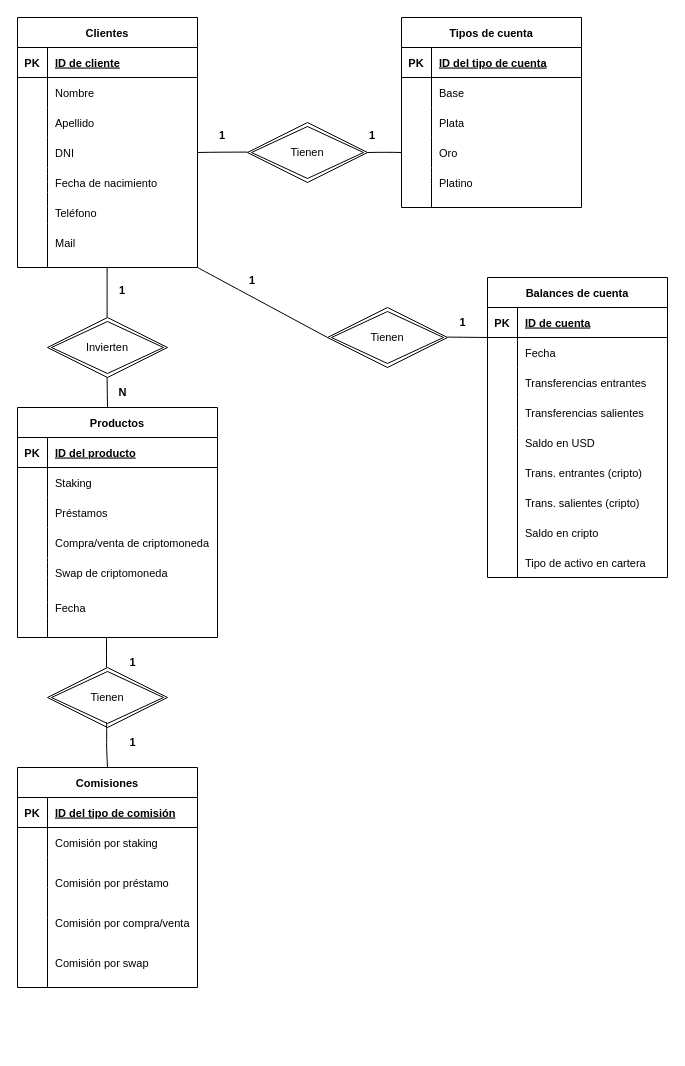
Before: Hendel Sarmientoperez DER(2).drawio in chendel00/Curso-SQL-Coder, a draw.io diagram. Source tidied: cells renumbered, new cells numbered last; positions are measured from the earlier drawing's top-left corner, leaving out a move shared by most shapes. Both pictures are drawn from the tidied source at 100%, with x=0, y=0 at pixel (17, 17).
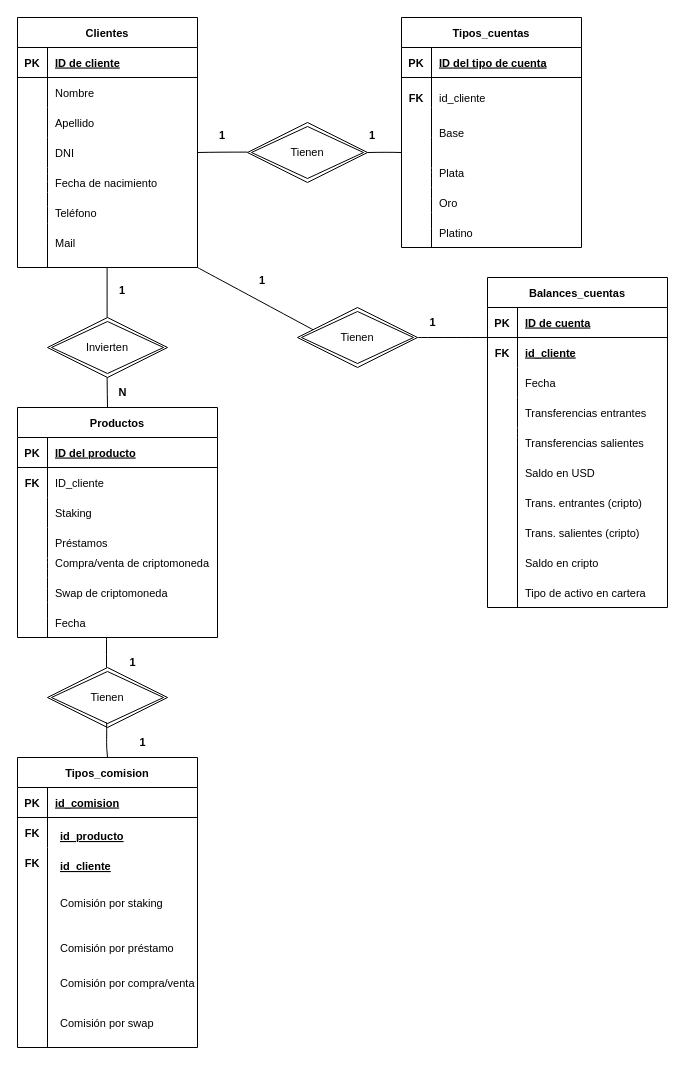
The same page after the edit.

Unchanged cells that the change refers to:
```xml
<mxCell id="27" style="shape=tableRow;horizontal=0;startSize=0;swimlaneHead=0;swimlaneBody=0;fillColor=none;top=0;left=0;right=0;bottom=0;fontSize=11;" parent="23" vertex="1">
  <mxGeometry y="60" width="180" height="30" as="geometry" />
</mxCell>
<mxCell id="30" style="shape=tableRow;horizontal=0;startSize=0;swimlaneHead=0;swimlaneBody=0;fillColor=none;top=0;left=0;right=0;bottom=0;fontSize=11;" parent="23" vertex="1">
  <mxGeometry y="90" width="180" height="30" as="geometry" />
</mxCell>
<mxCell id="33" style="shape=tableRow;horizontal=0;startSize=0;swimlaneHead=0;swimlaneBody=0;fillColor=none;top=0;left=0;right=0;bottom=0;fontSize=11;" parent="23" vertex="1">
  <mxGeometry y="120" width="180" height="30" as="geometry" />
</mxCell>
<mxCell id="45" style="shape=tableRow;horizontal=0;startSize=0;swimlaneHead=0;swimlaneBody=0;fillColor=none;top=0;left=0;right=0;bottom=0;fontSize=11;" parent="41" vertex="1">
  <mxGeometry y="60" width="200" height="30" as="geometry" />
</mxCell>
<mxCell id="48" style="shape=tableRow;horizontal=0;startSize=0;swimlaneHead=0;swimlaneBody=0;fillColor=none;top=0;left=0;right=0;bottom=0;fontSize=11;" parent="41" vertex="1">
  <mxGeometry y="90" width="200" height="30" as="geometry" />
</mxCell>
<mxCell id="51" style="shape=tableRow;horizontal=0;startSize=0;swimlaneHead=0;swimlaneBody=0;fillColor=none;top=0;left=0;right=0;bottom=0;fontSize=11;" parent="41" vertex="1">
  <mxGeometry y="120" width="200" height="30" as="geometry" />
</mxCell>
<mxCell id="63" style="shape=tableRow;horizontal=0;startSize=0;swimlaneHead=0;swimlaneBody=0;fillColor=none;top=0;left=0;right=0;bottom=1;fontSize=11;" parent="62" vertex="1">
  <mxGeometry y="30" width="180" height="30" as="geometry" />
</mxCell>
<mxCell id="85" style="shape=tableRow;horizontal=0;startSize=0;swimlaneHead=0;swimlaneBody=0;fillColor=none;top=0;left=0;right=0;bottom=0;fontSize=11;" parent="81" vertex="1">
  <mxGeometry y="60" width="180" height="30" as="geometry" />
</mxCell>
<mxCell id="88" style="shape=tableRow;horizontal=0;startSize=0;swimlaneHead=0;swimlaneBody=0;fillColor=none;top=0;left=0;right=0;bottom=0;fontSize=11;" parent="81" vertex="1">
  <mxGeometry y="90" width="180" height="30" as="geometry" />
</mxCell>
<mxCell id="91" style="shape=tableRow;horizontal=0;startSize=0;swimlaneHead=0;swimlaneBody=0;fillColor=none;top=0;left=0;right=0;bottom=0;fontSize=11;" parent="81" vertex="1">
  <mxGeometry y="120" width="180" height="30" as="geometry" />
</mxCell>
```

What changed in the source:
```diff
@@
-    <mxCell id="23" value="Tipos de cuenta" style="shape=table;startSize=30;childLayout=tableLayout;rowLines=0;fontStyle=1;align=center;fontSize=11;" parent="1" vertex="1">
-      <mxGeometry x="384" width="180" height="190" as="geometry" />
+    <mxCell id="23" value="Tipos_cuentas" style="shape=table;startSize=30;childLayout=tableLayout;rowLines=0;fontStyle=1;align=center;fontSize=11;" parent="1" vertex="1">
+      <mxGeometry x="384" width="180" height="230" as="geometry" />
     </mxCell>
@@
-    <mxCell id="29" value="Base" style="shape=partialRectangle;fillColor=none;top=0;left=0;bottom=0;right=0;align=left;spacingLeft=6;overflow=hidden;fontSize=11;" parent="27" vertex="1">
+    <mxCell id="29" style="shape=partialRectangle;fillColor=none;top=0;left=0;bottom=0;right=0;align=left;spacingLeft=6;overflow=hidden;fontSize=11;" parent="27" vertex="1">
       <mxGeometry x="30" width="150" height="30" as="geometry" />
     </mxCell>
@@
-    <mxCell id="32" value="Plata" style="shape=partialRectangle;fillColor=none;top=0;left=0;bottom=0;right=0;align=left;spacingLeft=6;overflow=hidden;fontSize=11;" parent="30" vertex="1">
+    <mxCell id="32" style="shape=partialRectangle;fillColor=none;top=0;left=0;bottom=0;right=0;align=left;spacingLeft=6;overflow=hidden;fontSize=11;" parent="30" vertex="1">
       <mxGeometry x="30" width="150" height="30" as="geometry" />
     </mxCell>
@@
-    <mxCell id="35" value="Oro" style="shape=partialRectangle;fillColor=none;top=0;left=0;bottom=0;right=0;align=left;spacingLeft=6;overflow=hidden;fontSize=11;" parent="33" vertex="1">
+    <mxCell id="35" style="shape=partialRectangle;fillColor=none;top=0;left=0;bottom=0;right=0;align=left;spacingLeft=6;overflow=hidden;fontSize=11;" parent="33" vertex="1">
       <mxGeometry x="30" width="150" height="30" as="geometry" />
     </mxCell>
     <mxCell id="36" style="endArrow=none;html=1;rounded=0;fontSize=11;startSize=14;endSize=14;curved=1;" parent="1" edge="1">
       <mxGeometry relative="1" as="geometry">
         <mxPoint x="414" y="150" as="sourcePoint" />
-        <mxPoint x="414" y="190" as="targetPoint" />
+        <mxPoint x="414" y="230" as="targetPoint" />
       </mxGeometry>
     </mxCell>
     <mxCell id="37" value="&lt;b&gt;1&lt;/b&gt;" style="text;html=1;align=center;verticalAlign=middle;strokeColor=none;fillColor=none;fontSize=11;" parent="1" vertex="1">
-      <mxGeometry x="430" y="290" width="30" height="30" as="geometry" />
+      <mxGeometry x="400" y="290" width="30" height="30" as="geometry" />
     </mxCell>
     <mxCell id="38" value="Platino" style="shape=partialRectangle;fillColor=none;top=0;left=0;bottom=0;right=0;align=left;spacingLeft=6;overflow=hidden;fontSize=11;" parent="1" vertex="1">
-      <mxGeometry x="414" y="150" width="150" height="30" as="geometry" />
+      <mxGeometry x="414" y="200" width="150" height="30" as="geometry" />
     </mxCell>
@@
-    <mxCell id="47" value="Staking" style="shape=partialRectangle;fillColor=none;top=0;left=0;bottom=0;right=0;align=left;spacingLeft=6;overflow=hidden;fontSize=11;" parent="45" vertex="1">
+    <mxCell id="47" style="shape=partialRectangle;fillColor=none;top=0;left=0;bottom=0;right=0;align=left;spacingLeft=6;overflow=hidden;fontSize=11;" parent="45" vertex="1">
       <mxGeometry x="30" width="170" height="30" as="geometry" />
     </mxCell>
@@
-    <mxCell id="50" value="Préstamos" style="shape=partialRectangle;fillColor=none;top=0;left=0;bottom=0;right=0;align=left;spacingLeft=6;overflow=hidden;fontSize=11;" parent="48" vertex="1">
+    <mxCell id="50" style="shape=partialRectangle;fillColor=none;top=0;left=0;bottom=0;right=0;align=left;spacingLeft=6;overflow=hidden;fontSize=11;" parent="48" vertex="1">
       <mxGeometry x="30" width="170" height="30" as="geometry" />
     </mxCell>
@@
-    <mxCell id="53" value="Compra/venta de criptomoneda" style="shape=partialRectangle;fillColor=none;top=0;left=0;bottom=0;right=0;align=left;spacingLeft=6;overflow=hidden;fontSize=11;" parent="51" vertex="1">
+    <mxCell id="53" style="shape=partialRectangle;fillColor=none;top=0;left=0;bottom=0;right=0;align=left;spacingLeft=6;overflow=hidden;fontSize=11;" parent="51" vertex="1">
       <mxGeometry x="30" width="170" height="30" as="geometry" />
     </mxCell>
@@
     <mxCell id="59" value="Swap de criptomoneda" style="shape=partialRectangle;fillColor=none;top=0;left=0;bottom=0;right=0;align=left;spacingLeft=6;overflow=hidden;fontSize=11;" parent="1" vertex="1">
-      <mxGeometry x="30" y="540" width="150" height="30" as="geometry" />
+      <mxGeometry x="30" y="560" width="150" height="30" as="geometry" />
     </mxCell>
@@
-    <mxCell id="62" value="Comisiones" style="shape=table;startSize=30;childLayout=tableLayout;rowLines=0;fontStyle=1;align=center;fontSize=11;" parent="1" vertex="1">
-      <mxGeometry y="750" width="180" height="220" as="geometry" />
+    <mxCell id="62" value="Tipos_comision" style="shape=table;startSize=30;childLayout=tableLayout;rowLines=0;fontStyle=1;align=center;fontSize=11;" parent="1" vertex="1">
+      <mxGeometry y="740" width="180" height="290" as="geometry" />
     </mxCell>
@@
-    <mxCell id="65" value="ID del tipo de comisión" style="shape=partialRectangle;fillColor=none;top=0;left=0;bottom=0;right=0;align=left;spacingLeft=6;fontStyle=5;overflow=hidden;fontSize=11;" parent="63" vertex="1">
+    <mxCell id="65" value="id_comision" style="shape=partialRectangle;fillColor=none;top=0;left=0;bottom=0;right=0;align=left;spacingLeft=6;fontStyle=5;overflow=hidden;fontSize=11;" parent="63" vertex="1">
       <mxGeometry x="30" width="150" height="30" as="geometry" />
     </mxCell>
-    <mxCell id="66" style="shape=tableRow;horizontal=0;startSize=0;swimlaneHead=0;swimlaneBody=0;fillColor=none;top=0;left=0;right=0;bottom=0;fontSize=11;" parent="62" vertex="1">
-      <mxGeometry y="60" width="180" height="30" as="geometry" />
-    </mxCell>
-    <mxCell id="67" style="shape=partialRectangle;fillColor=none;top=0;left=0;bottom=0;right=0;overflow=hidden;fontSize=11;" parent="66" vertex="1">
-      <mxGeometry width="30" height="30" as="geometry" />
-    </mxCell>
-    <mxCell id="68" value="Comisión por staking" style="shape=partialRectangle;fillColor=none;top=0;left=0;bottom=0;right=0;align=left;spacingLeft=6;overflow=hidden;fontSize=11;" parent="66" vertex="1">
-      <mxGeometry x="30" width="150" height="30" as="geometry" />
-    </mxCell>
     <mxCell id="69" style="shape=tableRow;horizontal=0;startSize=0;swimlaneHead=0;swimlaneBody=0;fillColor=none;top=0;left=0;right=0;bottom=0;fontSize=11;" parent="62" vertex="1">
-      <mxGeometry y="90" width="180" height="30" as="geometry" />
+      <mxGeometry y="60" width="180" height="30" as="geometry" />
     </mxCell>
@@
     <mxCell id="72" style="shape=tableRow;horizontal=0;startSize=0;swimlaneHead=0;swimlaneBody=0;fillColor=none;top=0;left=0;right=0;bottom=0;fontSize=11;" parent="62" vertex="1">
-      <mxGeometry y="120" width="180" height="30" as="geometry" />
+      <mxGeometry y="90" width="180" height="30" as="geometry" />
     </mxCell>
@@
     <mxCell id="77" value="&lt;b&gt;1&lt;/b&gt;" style="text;html=1;align=center;verticalAlign=middle;strokeColor=none;fillColor=none;fontSize=11;" parent="1" vertex="1">
-      <mxGeometry x="100" y="710" width="30" height="30" as="geometry" />
+      <mxGeometry x="110" y="710" width="30" height="30" as="geometry" />
     </mxCell>
@@
     <mxCell id="79" value="Tienen" style="shape=rhombus;double=1;perimeter=rhombusPerimeter;whiteSpace=wrap;html=1;align=center;fontSize=11;" parent="1" vertex="1">
-      <mxGeometry x="310" y="290" width="120" height="60" as="geometry" />
+      <mxGeometry x="280" y="290" width="120" height="60" as="geometry" />
     </mxCell>
-    <mxCell id="80" style="endArrow=none;html=1;rounded=0;fontSize=11;startSize=14;endSize=14;curved=1;" parent="1" edge="1">
+    <mxCell id="80" style="endArrow=none;html=1;rounded=0;fontSize=11;startSize=14;endSize=14;curved=1;exitX=1;exitY=0.5;exitDx=0;exitDy=0;" parent="1" edge="1" source="79">
       <mxGeometry relative="1" as="geometry">
-        <mxPoint x="430" y="319.6" as="sourcePoint" />
         <mxPoint x="470" y="320" as="targetPoint" />
       </mxGeometry>
     </mxCell>
-    <mxCell id="81" value="Balances de cuenta" style="shape=table;startSize=30;childLayout=tableLayout;rowLines=0;fontStyle=1;align=center;fontSize=11;" parent="1" vertex="1">
-      <mxGeometry x="470" y="260" width="180" height="300" as="geometry" />
+    <mxCell id="81" value="Balances_cuentas" style="shape=table;startSize=30;childLayout=tableLayout;rowLines=0;fontStyle=1;align=center;fontSize=11;" parent="1" vertex="1">
+      <mxGeometry x="470" y="260" width="180" height="330" as="geometry" />
     </mxCell>
@@
-    <mxCell id="87" value="Fecha" style="shape=partialRectangle;fillColor=none;top=0;left=0;bottom=0;right=0;align=left;spacingLeft=6;overflow=hidden;fontSize=11;" parent="85" vertex="1">
+    <mxCell id="87" style="shape=partialRectangle;fillColor=none;top=0;left=0;bottom=0;right=0;align=left;spacingLeft=6;overflow=hidden;fontSize=11;" parent="85" vertex="1">
       <mxGeometry x="30" width="150" height="30" as="geometry" />
     </mxCell>
@@
-    <mxCell id="90" value="Transferencias entrantes" style="shape=partialRectangle;fillColor=none;top=0;left=0;bottom=0;right=0;align=left;spacingLeft=6;overflow=hidden;fontSize=11;" parent="88" vertex="1">
+    <mxCell id="90" style="shape=partialRectangle;fillColor=none;top=0;left=0;bottom=0;right=0;align=left;spacingLeft=6;overflow=hidden;fontSize=11;" parent="88" vertex="1">
       <mxGeometry x="30" width="150" height="30" as="geometry" />
     </mxCell>
@@
-    <mxCell id="93" value="Transferencias salientes" style="shape=partialRectangle;fillColor=none;top=0;left=0;bottom=0;right=0;align=left;spacingLeft=6;overflow=hidden;fontSize=11;" parent="91" vertex="1">
+    <mxCell id="93" style="shape=partialRectangle;fillColor=none;top=0;left=0;bottom=0;right=0;align=left;spacingLeft=6;overflow=hidden;fontSize=11;" parent="91" vertex="1">
       <mxGeometry x="30" width="150" height="30" as="geometry" />
     </mxCell>
     <mxCell id="94" value="&lt;b&gt;1&lt;/b&gt;" style="text;whiteSpace=wrap;html=1;fontSize=11;" parent="1" vertex="1">
-      <mxGeometry x="230" y="250" width="40" height="40" as="geometry" />
+      <mxGeometry x="240" y="250" width="40" height="40" as="geometry" />
     </mxCell>
@@
     <mxCell id="96" value="Saldo en USD" style="shape=partialRectangle;fillColor=none;top=0;left=0;bottom=0;right=0;align=left;spacingLeft=6;overflow=hidden;fontSize=11;" parent="1" vertex="1">
-      <mxGeometry x="500" y="410" width="150" height="30" as="geometry" />
+      <mxGeometry x="500" y="440" width="150" height="30" as="geometry" />
     </mxCell>
     <mxCell id="97" value="Comisión por préstamo" style="shape=partialRectangle;fillColor=none;top=0;left=0;bottom=0;right=0;align=left;spacingLeft=6;overflow=hidden;fontSize=11;" parent="1" vertex="1">
-      <mxGeometry x="30" y="850" width="150" height="30" as="geometry" />
+      <mxGeometry x="35" y="915" width="150" height="30" as="geometry" />
     </mxCell>
     <mxCell id="98" value="Comisión por compra/venta" style="shape=partialRectangle;fillColor=none;top=0;left=0;bottom=0;right=0;align=left;spacingLeft=6;overflow=hidden;fontSize=11;" parent="1" vertex="1">
-      <mxGeometry x="30" y="890" width="150" height="30" as="geometry" />
+      <mxGeometry x="35" y="950" width="150" height="30" as="geometry" />
     </mxCell>
     <mxCell id="99" value="Comisión por swap" style="shape=partialRectangle;fillColor=none;top=0;left=0;bottom=0;right=0;align=left;spacingLeft=6;overflow=hidden;fontSize=11;" parent="1" vertex="1">
-      <mxGeometry x="30" y="930" width="150" height="30" as="geometry" />
+      <mxGeometry x="35" y="990" width="150" height="30" as="geometry" />
     </mxCell>
@@
     <mxCell id="101" value="Trans. entrantes (cripto)" style="shape=partialRectangle;fillColor=none;top=0;left=0;bottom=0;right=0;align=left;spacingLeft=6;overflow=hidden;fontSize=11;" parent="1" vertex="1">
-      <mxGeometry x="500" y="440" width="150" height="30" as="geometry" />
+      <mxGeometry x="500" y="470" width="150" height="30" as="geometry" />
     </mxCell>
     <mxCell id="102" value="Trans. salientes (cripto)" style="shape=partialRectangle;fillColor=none;top=0;left=0;bottom=0;right=0;align=left;spacingLeft=6;overflow=hidden;fontSize=11;" parent="1" vertex="1">
-      <mxGeometry x="500" y="470" width="150" height="30" as="geometry" />
+      <mxGeometry x="500" y="500" width="150" height="30" as="geometry" />
     </mxCell>
     <mxCell id="103" value="Saldo en cripto" style="shape=partialRectangle;fillColor=none;top=0;left=0;bottom=0;right=0;align=left;spacingLeft=6;overflow=hidden;fontSize=11;" parent="1" vertex="1">
-      <mxGeometry x="500" y="500" width="150" height="30" as="geometry" />
+      <mxGeometry x="500" y="530" width="150" height="30" as="geometry" />
     </mxCell>
     <mxCell id="104" value="Tipo de activo en cartera" style="shape=partialRectangle;fillColor=none;top=0;left=0;bottom=0;right=0;align=left;spacingLeft=6;overflow=hidden;fontSize=11;" parent="1" vertex="1">
-      <mxGeometry x="500" y="530" width="150" height="30" as="geometry" />
+      <mxGeometry x="500" y="560" width="150" height="30" as="geometry" />
     </mxCell>
     <mxCell id="105" style="endArrow=none;html=1;rounded=0;" parent="1" edge="1">
       <mxGeometry relative="1" as="geometry">
-        <mxPoint x="500" y="560" as="sourcePoint" />
+        <mxPoint x="500" y="590" as="sourcePoint" />
         <mxPoint x="500" y="440" as="targetPoint" />
       </mxGeometry>
     </mxCell>
     <mxCell id="106" value="Fecha" style="shape=partialRectangle;fillColor=none;top=0;left=0;bottom=0;right=0;align=left;spacingLeft=6;overflow=hidden;fontSize=11;" parent="1" vertex="1">
-      <mxGeometry x="30" y="575" width="150" height="30" as="geometry" />
+      <mxGeometry x="30" y="590" width="150" height="30" as="geometry" />
     </mxCell>
-    <mxCell id="107" style="endArrow=none;html=1;rounded=0;" parent="1" edge="1">
-      <mxGeometry relative="1" as="geometry">
-        <mxPoint x="30" y="970" as="sourcePoint" />
-        <mxPoint x="30" y="900" as="targetPoint" />
-      </mxGeometry>
-    </mxCell>
+    <mxCell id="108" style="shape=tableRow;horizontal=0;startSize=0;swimlaneHead=0;swimlaneBody=0;fillColor=none;top=0;left=0;right=0;bottom=0;fontSize=11;" parent="1" vertex="1">
+      <mxGeometry x="20" y="980" width="180" height="30" as="geometry" />
+    </mxCell>
+    <mxCell id="67" style="shape=partialRectangle;fillColor=none;top=0;left=0;bottom=0;right=0;overflow=hidden;fontSize=11;" parent="108" vertex="1">
+      <mxGeometry width="30" height="30" as="geometry" />
+    </mxCell>
+    <mxCell id="109" value="id_producto&#10;" style="shape=partialRectangle;fillColor=none;top=0;left=0;bottom=0;right=0;align=left;spacingLeft=6;fontStyle=5;overflow=hidden;fontSize=11;" parent="1" vertex="1">
+      <mxGeometry x="35" y="810" width="150" height="30" as="geometry" />
+    </mxCell>
+    <mxCell id="110" value="id_cliente&#10;" style="shape=partialRectangle;fillColor=none;top=0;left=0;bottom=0;right=0;align=left;spacingLeft=6;fontStyle=5;overflow=hidden;fontSize=11;" parent="1" vertex="1">
+      <mxGeometry x="35" y="840" width="150" height="30" as="geometry" />
+    </mxCell>
+    <mxCell id="68" value="Comisión por staking" style="shape=partialRectangle;fillColor=none;top=0;left=0;bottom=0;right=0;align=left;spacingLeft=6;overflow=hidden;fontSize=11;" parent="1" vertex="1">
+      <mxGeometry x="35" y="870" width="150" height="30" as="geometry" />
+    </mxCell>
+    <mxCell id="111" style="endArrow=none;html=1;rounded=0;" parent="1" edge="1">
+      <mxGeometry relative="1" as="geometry">
+        <mxPoint x="30" y="1030" as="sourcePoint" />
+        <mxPoint x="30" y="850" as="targetPoint" />
+      </mxGeometry>
+    </mxCell>
+    <mxCell id="112" value="FK" style="shape=partialRectangle;fillColor=none;top=0;left=0;bottom=0;right=0;fontStyle=1;overflow=hidden;fontSize=11;" parent="1" vertex="1">
+      <mxGeometry y="800" width="30" height="30" as="geometry" />
+    </mxCell>
+    <mxCell id="113" value="FK" style="shape=partialRectangle;fillColor=none;top=0;left=0;bottom=0;right=0;fontStyle=1;overflow=hidden;fontSize=11;" parent="1" vertex="1">
+      <mxGeometry y="830" width="30" height="30" as="geometry" />
+    </mxCell>
+    <mxCell id="114" value="Oro" style="shape=partialRectangle;fillColor=none;top=0;left=0;bottom=0;right=0;align=left;spacingLeft=6;overflow=hidden;fontSize=11;" parent="1" vertex="1">
+      <mxGeometry x="414" y="170" width="150" height="30" as="geometry" />
+    </mxCell>
+    <mxCell id="115" value="Plata" style="shape=partialRectangle;fillColor=none;top=0;left=0;bottom=0;right=0;align=left;spacingLeft=6;overflow=hidden;fontSize=11;" parent="1" vertex="1">
+      <mxGeometry x="414" y="140" width="150" height="30" as="geometry" />
+    </mxCell>
+    <mxCell id="116" value="Base" style="shape=partialRectangle;fillColor=none;top=0;left=0;bottom=0;right=0;align=left;spacingLeft=6;overflow=hidden;fontSize=11;" parent="1" vertex="1">
+      <mxGeometry x="414" y="100" width="150" height="30" as="geometry" />
+    </mxCell>
+    <mxCell id="117" value="FK" style="shape=partialRectangle;fillColor=none;top=0;left=0;bottom=0;right=0;fontStyle=1;overflow=hidden;fontSize=11;" parent="1" vertex="1">
+      <mxGeometry x="384" y="65" width="30" height="30" as="geometry" />
+    </mxCell>
+    <mxCell id="118" value="id_cliente" style="shape=partialRectangle;fillColor=none;top=0;left=0;bottom=0;right=0;align=left;spacingLeft=6;overflow=hidden;fontSize=11;" parent="1" vertex="1">
+      <mxGeometry x="414" y="65" width="150" height="30" as="geometry" />
+    </mxCell>
+    <mxCell id="119" value="Transferencias salientes" style="shape=partialRectangle;fillColor=none;top=0;left=0;bottom=0;right=0;align=left;spacingLeft=6;overflow=hidden;fontSize=11;" parent="1" vertex="1">
+      <mxGeometry x="500" y="410" width="150" height="30" as="geometry" />
+    </mxCell>
+    <mxCell id="120" value="Transferencias entrantes" style="shape=partialRectangle;fillColor=none;top=0;left=0;bottom=0;right=0;align=left;spacingLeft=6;overflow=hidden;fontSize=11;" parent="1" vertex="1">
+      <mxGeometry x="500" y="380" width="150" height="30" as="geometry" />
+    </mxCell>
+    <mxCell id="121" value="Fecha" style="shape=partialRectangle;fillColor=none;top=0;left=0;bottom=0;right=0;align=left;spacingLeft=6;overflow=hidden;fontSize=11;" parent="1" vertex="1">
+      <mxGeometry x="500" y="350" width="150" height="30" as="geometry" />
+    </mxCell>
+    <mxCell id="122" value="FK" style="shape=partialRectangle;fillColor=none;top=0;left=0;bottom=0;right=0;fontStyle=1;overflow=hidden;fontSize=11;" parent="1" vertex="1">
+      <mxGeometry x="470" y="320" width="30" height="30" as="geometry" />
+    </mxCell>
+    <mxCell id="123" value="id_cliente" style="shape=partialRectangle;fillColor=none;top=0;left=0;bottom=0;right=0;align=left;spacingLeft=6;fontStyle=5;overflow=hidden;fontSize=11;" parent="1" vertex="1">
+      <mxGeometry x="500" y="320" width="150" height="30" as="geometry" />
+    </mxCell>
+    <mxCell id="124" value="Compra/venta de criptomoneda" style="shape=partialRectangle;fillColor=none;top=0;left=0;bottom=0;right=0;align=left;spacingLeft=6;overflow=hidden;fontSize=11;" parent="1" vertex="1">
+      <mxGeometry x="30" y="530" width="170" height="30" as="geometry" />
+    </mxCell>
+    <mxCell id="125" value="Préstamos" style="shape=partialRectangle;fillColor=none;top=0;left=0;bottom=0;right=0;align=left;spacingLeft=6;overflow=hidden;fontSize=11;" parent="1" vertex="1">
+      <mxGeometry x="30" y="510" width="170" height="30" as="geometry" />
+    </mxCell>
+    <mxCell id="126" value="Staking" style="shape=partialRectangle;fillColor=none;top=0;left=0;bottom=0;right=0;align=left;spacingLeft=6;overflow=hidden;fontSize=11;" parent="1" vertex="1">
+      <mxGeometry x="30" y="480" width="170" height="30" as="geometry" />
+    </mxCell>
+    <mxCell id="127" value="ID_cliente" style="shape=partialRectangle;fillColor=none;top=0;left=0;bottom=0;right=0;align=left;spacingLeft=6;overflow=hidden;fontSize=11;" parent="1" vertex="1">
+      <mxGeometry x="30" y="450" width="170" height="30" as="geometry" />
+    </mxCell>
+    <mxCell id="128" value="FK" style="shape=partialRectangle;fillColor=none;top=0;left=0;bottom=0;right=0;fontStyle=1;overflow=hidden;fontSize=11;" parent="1" vertex="1">
+      <mxGeometry y="450" width="30" height="30" as="geometry" />
+    </mxCell>
```
